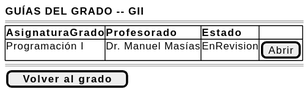
Earlier version of the PlantUML export images/RUP/01-requisitos/03-detalle-casos-uso/consultarEstadoGuias/wireframe.svg (mmasias/pyCeldaPublico).
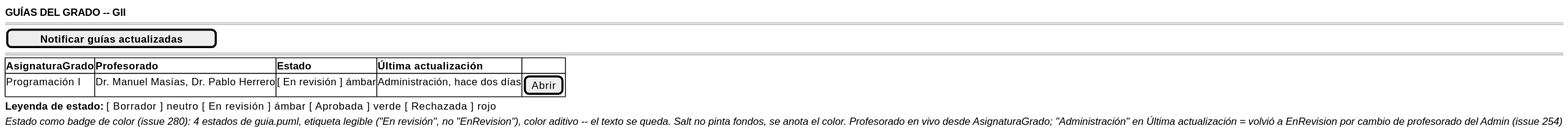
The same file after the commit.

Diff of the diagram source:
```diff
@@ -2,11 +2,13 @@
 {
     <b>GUÍAS DEL GRADO -- GII</b>
     ====
+    [ <b>Notificar guías actualizadas</b> ]
+    ====
     {#
-        <b>AsignaturaGrado | <b>Profesorado | <b>Estado | .
-        Programación I | Dr. Manuel Masías | EnRevision | [Abrir]
+        <b>AsignaturaGrado | <b>Profesorado | <b>Estado | <b>Última actualización | .
+        Programación I | Dr. Manuel Masías, Dr. Pablo Herrero | [ En revisión ] ámbar | Administración, hace dos días | [Abrir]
     }
-    ====
-    [ <b>Volver al grado</b> ]
+    <b>Leyenda de estado:</b> [ Borrador ] neutro   [ En revisión ] ámbar   [ Aprobada ] verde   [ Rechazada ] rojo
+    <i>Estado como badge de color (issue 280): 4 estados de guia.puml, etiqueta legible ("En revisión", no "EnRevision"), color aditivo -- el texto se queda. Salt no pinta fondos, se anota el color. Profesorado en vivo desde AsignaturaGrado; "Administración" en Última actualización = volvió a EnRevision por cambio de profesorado del Admin (issue 254)</i>
 }
 @endsalt
```
